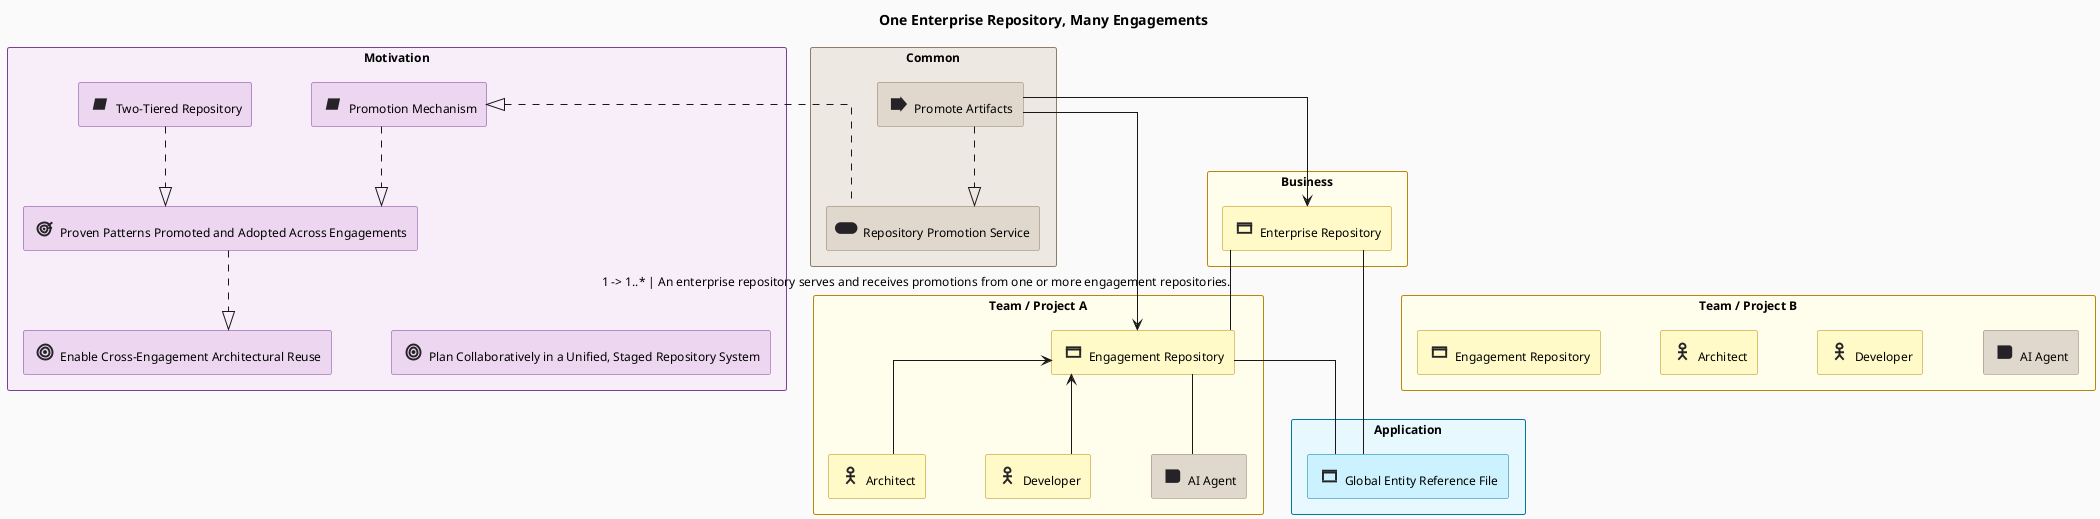
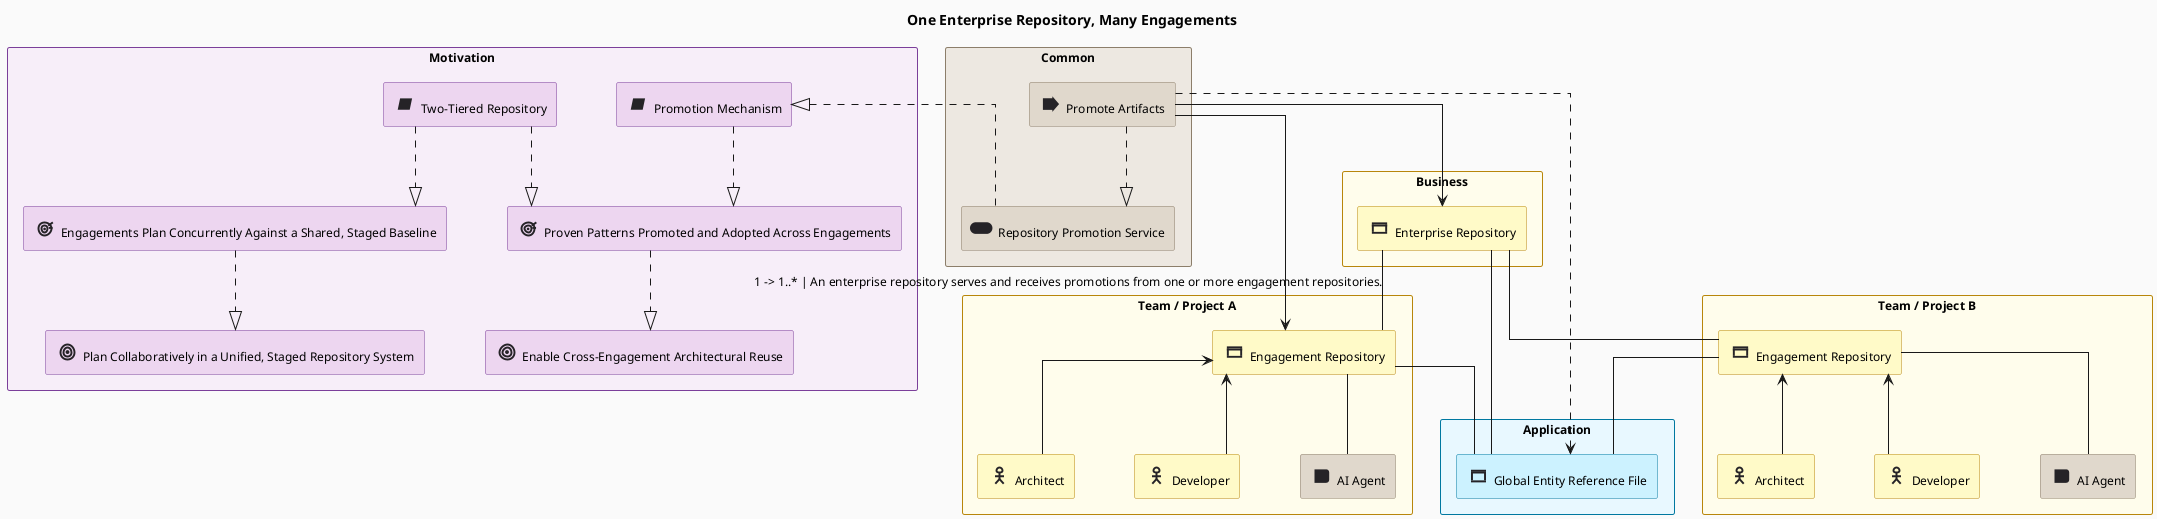
---
artifact-id: ARC@1783185029.4Ayzz3.one-enterprise-repository-many-engagements
artifact-type: diagram
name: One Enterprise Repository, Many Engagements
version: 0.1.0
status: draft
keywords:
- repository
- promotion
- two-tier
- enterprise
- engagement
diagram-type: archimate-layered
entity-ids-used:
- REQ@1712870400.kOU3al.two-tiered-repository
- REQ@1712870400.Gg4Hh4.promotion-mechanism-to-enterprise-repo
- OUT@1776629112.edEkJa.proven-patterns-promoted-and-adopted-across-engagements
- GOL@1776628205.kCcPph.enable-cross-engagement-architectural-reuse
- GOL@1712870400.Lm2Bn2.plan-collaboratively-in-a-unified-staged-repository-system
- BOB@1712870400.6Uok0b.enterprise-repository
- BOB@1712870400.so7gfN.engagement-repository
- PRC@1712870400.0Rz5Ex.promote-artifacts
- SRV@1712870400.Uv9Wx9.repository-promotion-service
- DOB@1777293141.4dO6js.global-entity-reference-file
- ACT@1712870400.Nn7Oo7.architect
- ACT@1712870400.Pp8Qq8.developer
- ROL@1776633082.udXPfB.ai-agent
+ - OUT@1783330223.620dTh.engagements-plan-concurrently-against-a-shared-staged-baseline
connection-ids-used:
- ACT@1712870400.Nn7Oo7---BOB@1712870400.so7gfN@@archimate-assignment
- ACT@1712870400.Pp8Qq8---BOB@1712870400.so7gfN@@archimate-assignment
- PRC@1712870400.0Rz5Ex---BOB@1712870400.6Uok0b@@archimate-access
- BOB@1712870400.6Uok0b---BOB@1712870400.so7gfN@@archimate-association
- DOB@1777293141.4dO6js---BOB@1712870400.6Uok0b@@archimate-association
- PRC@1712870400.0Rz5Ex---BOB@1712870400.so7gfN@@archimate-access
- DOB@1777293141.4dO6js---BOB@1712870400.so7gfN@@archimate-association
- ROL@1776633082.udXPfB---BOB@1712870400.so7gfN@@archimate-association
- OUT@1776629112.edEkJa---GOL@1776628205.kCcPph@@archimate-realization
- REQ@1712870400.Gg4Hh4---OUT@1776629112.edEkJa@@archimate-realization
- REQ@1712870400.kOU3al---OUT@1776629112.edEkJa@@archimate-realization
- PRC@1712870400.0Rz5Ex---SRV@1712870400.Uv9Wx9@@archimate-realization
- SRV@1712870400.Uv9Wx9---REQ@1712870400.Gg4Hh4@@archimate-realization
+ - PRC@1712870400.0Rz5Ex---DOB@1777293141.4dO6js@@archimate-access
+ - REQ@1712870400.kOU3al---OUT@1783330223.620dTh@@archimate-realization
+ - OUT@1783330223.620dTh---GOL@1712870400.Lm2Bn2@@archimate-realization
diagram-entities:
  occurrence:
  - id: occ-engagement-repository-team-b
  - id: occ-architect-team-b
  - id: occ-developer-team-b
  - id: occ-ai-agent-team-b
connections:
- artifact_id: BOB@1712870400.6Uok0b---BOB@1712870400.so7gfN@@archimate-association
  include_cardinality: true
  include_description: true
bindings:
- id: bind-occ-engagement-repository-team-b
  subject:
    kind: entity
    id: occ-engagement-repository-team-b
  correspondence_kind: represents
  target:
    entity_id: BOB@1712870400.so7gfN.engagement-repository
- id: bind-occ-architect-team-b
  subject:
    kind: entity
    id: occ-architect-team-b
  correspondence_kind: represents
  target:
    entity_id: ACT@1712870400.Nn7Oo7.architect
- id: bind-occ-developer-team-b
  subject:
    kind: entity
    id: occ-developer-team-b
  correspondence_kind: represents
  target:
    entity_id: ACT@1712870400.Pp8Qq8.developer
- id: bind-occ-ai-agent-team-b
  subject:
    kind: entity
    id: occ-ai-agent-team-b
  correspondence_kind: represents
  target:
    entity_id: ROL@1776633082.udXPfB.ai-agent
- last-updated: '2026-07-05'
+ last-updated: '2026-07-06'
---
@startuml one-enterprise-repository--many-engagements
hide stereotype

skinparam defaultFontName "Helvetica Neue, Helvetica, Arial, sans-serif"
skinparam defaultFontSize 12
skinparam shadowing false
skinparam roundcorner 4
skinparam backgroundColor #FAFAFA

skinparam linetype ortho
skinparam nodesep 60
skinparam ranksep 80
!define Rel_Triggering(from, to, label) from --> to
!define Rel_Realization(from, to, label) from ..|> to
!define Rel_Realization_Up(from, to, label) from ..|> to
!define Rel_Serving(from, to, label) from --> to
!define Rel_Association(from, to, label) from -- to
!define Rel_Association_Left(from, to, label) from -- to
!define Rel_Association_Right(from, to, label) from -- to
!define Rel_Access(from, to, label) from ..> to
!define Rel_Influence(from, to, label) from ..> to
skinparam rectangle<<ApplicationGrouping>> {
  BackgroundColor #E8F8FF
  BorderColor #0078A0
}
skinparam rectangle<<BusinessGrouping>> {
  BackgroundColor #FFFDEC
  BorderColor #B8860B
}
skinparam rectangle<<CommonGrouping>> {
  BackgroundColor #EDE8E1
  BorderColor #8C7E6A
}
skinparam rectangle<<MotivationGrouping>> {
  BackgroundColor #F7EEF9
  BorderColor #7B3F9A
}
skinparam rectangle<<business_actor>> {
  BackgroundColor #FFFAC8
  BorderColor #B8860B
}
skinparam rectangle<<business_object>> {
  BackgroundColor #FFFAC8
  BorderColor #B8860B
}
skinparam rectangle<<data_object>> {
  BackgroundColor #CCF2FF
  BorderColor #0078A0
}
skinparam rectangle<<goal>> {
  BackgroundColor #EDD6F0
  BorderColor #7B3F9A
}
skinparam rectangle<<outcome>> {
  BackgroundColor #EDD6F0
  BorderColor #7B3F9A
}
skinparam rectangle<<process>> {
  BackgroundColor #E0D8CC
  BorderColor #8C7E6A
}
skinparam rectangle<<requirement>> {
  BackgroundColor #EDD6F0
  BorderColor #7B3F9A
}
skinparam rectangle<<role>> {
  BackgroundColor #E0D8CC
  BorderColor #8C7E6A
}
skinparam rectangle<<service>> {
  BackgroundColor #E0D8CC
  BorderColor #8C7E6A
}
sprite $archimate_business_actor <svg xmlns="http://www.w3.org/2000/svg" viewBox="0 0 16 16"><circle cx="8" cy="4" r="1.9"  fill="none" stroke="#252327" stroke-width="1.3"/><path d="M7.35 5.90v4.10h1.30V5.90z" fill="#252327"/><path d="M5.68 13.54L4.72 12.66L7.52 9.56L8.48 10.44z" fill="#252327"/><path d="M7.52 10.44L8.48 9.56L11.28 12.66L10.32 13.54z" fill="#252327"/><path d="M5.00 7.45h6.00v1.30H5.00z" fill="#252327"/></svg>
sprite $archimate_business_object <svg xmlns="http://www.w3.org/2000/svg" viewBox="0 0 16 16"><path d="M2.90 4.20h10.20v1.30H2.90z" fill="#252327"/><path d="M2.90 10.50h10.20v1.30H2.90z" fill="#252327"/><path d="M2.90 5.50v5.00h1.30V5.50z" fill="#252327"/><path d="M11.80 5.50v5.00h1.30V5.50z" fill="#252327"/><path d="M2.90 5.65h10.20v1.30H2.90z" fill="#252327"/></svg>
sprite $archimate_data_object <svg xmlns="http://www.w3.org/2000/svg" viewBox="0 0 16 16"><path d="M3.00 3.80h10.00v1.30H3.00z" fill="#252327"/><path d="M3.00 10.90h10.00v1.30H3.00z" fill="#252327"/><path d="M3.00 5.10v5.80h1.30V5.10z" fill="#252327"/><path d="M11.70 5.10v5.80h1.30V5.10z" fill="#252327"/><path d="M3.00 4.95h10.00v1.30H3.00z" fill="#252327"/></svg>
sprite $archimate_goal <svg xmlns="http://www.w3.org/2000/svg" viewBox="0 0 16 16"><circle cx="8" cy="8" r="4.8"  fill="none" stroke="#252327" stroke-width="1.3"/><circle cx="8" cy="8" r="2.9"  fill="none" stroke="#252327" stroke-width="1.3"/><circle cx="8" cy="8" r="1.3" fill="#252327" stroke="none"  stroke-width="1.3"/></svg>
sprite $archimate_outcome <svg xmlns="http://www.w3.org/2000/svg" viewBox="0 0 16 16"><circle cx="7.4" cy="8.6" r="4.3"  fill="none" stroke="#252327" stroke-width="1.3"/><circle cx="7.4" cy="8.6" r="2.2"  fill="none" stroke="#252327" stroke-width="1.3"/><path d="M10.18 6.93L9.42 5.87L12.52 3.67L13.28 4.73z" fill="#252327"/><path d="M10.20 7.25h2.50v1.30H10.20z" fill="#252327"/><circle cx="7.4" cy="8.6" r=".9" fill="#252327" stroke="none"  stroke-width="1.3"/></svg>
sprite $archimate_process <svg xmlns="http://www.w3.org/2000/svg" viewBox="0 0 16 16"><path d="M2.6 4.1h6.3V2.8l4.5 5.2-4.5 5.2v-1.3H2.6z"  fill="#252327" stroke="none"/></svg>
sprite $archimate_requirement <svg xmlns="http://www.w3.org/2000/svg" viewBox="0 0 16 16"><path d="M4.4 4.2h8L10.8 11.8h-8z"  fill="#252327" stroke="none"/></svg>
sprite $archimate_role <svg xmlns="http://www.w3.org/2000/svg" viewBox="0 0 16 16"><path d="M3 3.5h7.8a2 2 0 0 1 2 2v5a2 2 0 0 1-2 2H3z"  fill="#252327" stroke="none"/></svg>
sprite $archimate_service <svg xmlns="http://www.w3.org/2000/svg" viewBox="0 0 16 16"><path d="M3.2 4.1h7.2a2.8 2.8 0 0 1 0 7.8H3.2a2.8 2.8 0 0 1 0-7.8z"  fill="#252327" stroke="none"/></svg>
top to bottom direction

title One Enterprise Repository, Many Engagements

rectangle "Motivation" <<MotivationGrouping>> {
  rectangle "<$archimate_requirement{scale=1.5}> Two-Tiered Repository" <<requirement>> as REQ_kOU3al
  rectangle "<$archimate_requirement{scale=1.5}> Promotion Mechanism" <<requirement>> as REQ_Gg4Hh4
  rectangle "<$archimate_outcome{scale=1.5}> Proven Patterns Promoted and Adopted Across Engagements" <<outcome>> as OUT_edEkJa
+   rectangle "<$archimate_outcome{scale=1.5}> Engagements Plan Concurrently Against a Shared, Staged Baseline" <<outcome>> as OUT_620dTh
  rectangle "<$archimate_goal{scale=1.5}> Enable Cross-Engagement Architectural Reuse" <<goal>> as GOL_kCcPph
  rectangle "<$archimate_goal{scale=1.5}> Plan Collaboratively in a Unified, Staged Repository System" <<goal>> as GOL_Lm2Bn2
}

rectangle "Common" <<CommonGrouping>> {
  rectangle "<$archimate_process{scale=1.5}> Promote Artifacts" <<process>> as PRC_0Rz5Ex
  rectangle "<$archimate_service{scale=1.5}> Repository Promotion Service" <<service>> as SRV_Uv9Wx9
}

rectangle "Business" <<BusinessGrouping>> {
  rectangle "<$archimate_business_object{scale=1.5}> Enterprise Repository" <<business_object>> as BOB_6Uok0b
}

rectangle "Team / Project A" <<BusinessGrouping>> {
  rectangle "<$archimate_business_object{scale=1.5}> Engagement Repository" <<business_object>> as BOB_so7gfN
  rectangle "<$archimate_business_actor{scale=1.5}> Architect" <<business_actor>> as ACT_Nn7Oo7
  rectangle "<$archimate_business_actor{scale=1.5}> Developer" <<business_actor>> as ACT_Pp8Qq8
  rectangle "<$archimate_role{scale=1.5}> AI Agent" <<role>> as ROL_udXPfB
}

rectangle "Team / Project B" <<BusinessGrouping>> {
  rectangle "<$archimate_business_object{scale=1.5}> Engagement Repository" <<business_object>> as BOB_so7gfN__2
  rectangle "<$archimate_business_actor{scale=1.5}> Architect" <<business_actor>> as ACT_Nn7Oo7__2
  rectangle "<$archimate_business_actor{scale=1.5}> Developer" <<business_actor>> as ACT_Pp8Qq8__2
  rectangle "<$archimate_role{scale=1.5}> AI Agent" <<role>> as ROL_udXPfB__2
}

rectangle "Application" <<ApplicationGrouping>> {
  rectangle "<$archimate_data_object{scale=1.5}> Global Entity Reference File" <<data_object>> as DOB_4dO6js
}

' --- Auto-layout: spread and position groupings ---
REQ_kOU3al -[hidden]right- REQ_Gg4Hh4
REQ_Gg4Hh4 -[hidden]right- OUT_edEkJa
- OUT_edEkJa -[hidden]right- GOL_kCcPph
+ OUT_edEkJa -[hidden]right- OUT_620dTh
+ OUT_620dTh -[hidden]right- GOL_kCcPph
GOL_kCcPph -[hidden]right- GOL_Lm2Bn2
PRC_0Rz5Ex -[hidden]right- SRV_Uv9Wx9
BOB_so7gfN -[hidden]right- ACT_Nn7Oo7
ACT_Nn7Oo7 -[hidden]right- ACT_Pp8Qq8
ACT_Pp8Qq8 -[hidden]right- ROL_udXPfB
BOB_so7gfN__2 -[hidden]right- ACT_Nn7Oo7__2
ACT_Nn7Oo7__2 -[hidden]right- ACT_Pp8Qq8__2
ACT_Pp8Qq8__2 -[hidden]right- ROL_udXPfB__2
BOB_6Uok0b -[hidden]down- BOB_so7gfN
BOB_so7gfN -[hidden]right- BOB_so7gfN__2

' Connections
ACT_Nn7Oo7 --> BOB_so7gfN
ACT_Pp8Qq8 --> BOB_so7gfN
PRC_0Rz5Ex -down-> BOB_6Uok0b
BOB_6Uok0b -- BOB_so7gfN : 1 -> 1..* | An enterprise repository serves and receives promotions from one or more engagement repositories.
DOB_4dO6js -up- BOB_6Uok0b
PRC_0Rz5Ex -down-> BOB_so7gfN
DOB_4dO6js -up- BOB_so7gfN
ROL_udXPfB -down- BOB_so7gfN
OUT_edEkJa ..|> GOL_kCcPph
REQ_Gg4Hh4 ..|> OUT_edEkJa
REQ_kOU3al ..|> OUT_edEkJa
PRC_0Rz5Ex ..|> SRV_Uv9Wx9
SRV_Uv9Wx9 .up.|> REQ_Gg4Hh4

+ ' Team / Project B — same model entities as Team A, drawn at their occurrences
+ ACT_Nn7Oo7__2 --> BOB_so7gfN__2
+ ACT_Pp8Qq8__2 --> BOB_so7gfN__2
+ ROL_udXPfB__2 -down- BOB_so7gfN__2
+ BOB_6Uok0b -- BOB_so7gfN__2
+ DOB_4dO6js -up- BOB_so7gfN__2
+ ' Promotion produces the per-engagement global entity reference files
+ Rel_Access(PRC_0Rz5Ex, DOB_4dO6js, "")
+ ' Two-tier structure realizes concurrent planning, which realizes the collaborative-planning goal
+ Rel_Realization(REQ_kOU3al, OUT_620dTh, "")
+ Rel_Realization(OUT_620dTh, GOL_Lm2Bn2, "")
+ 
@enduml
